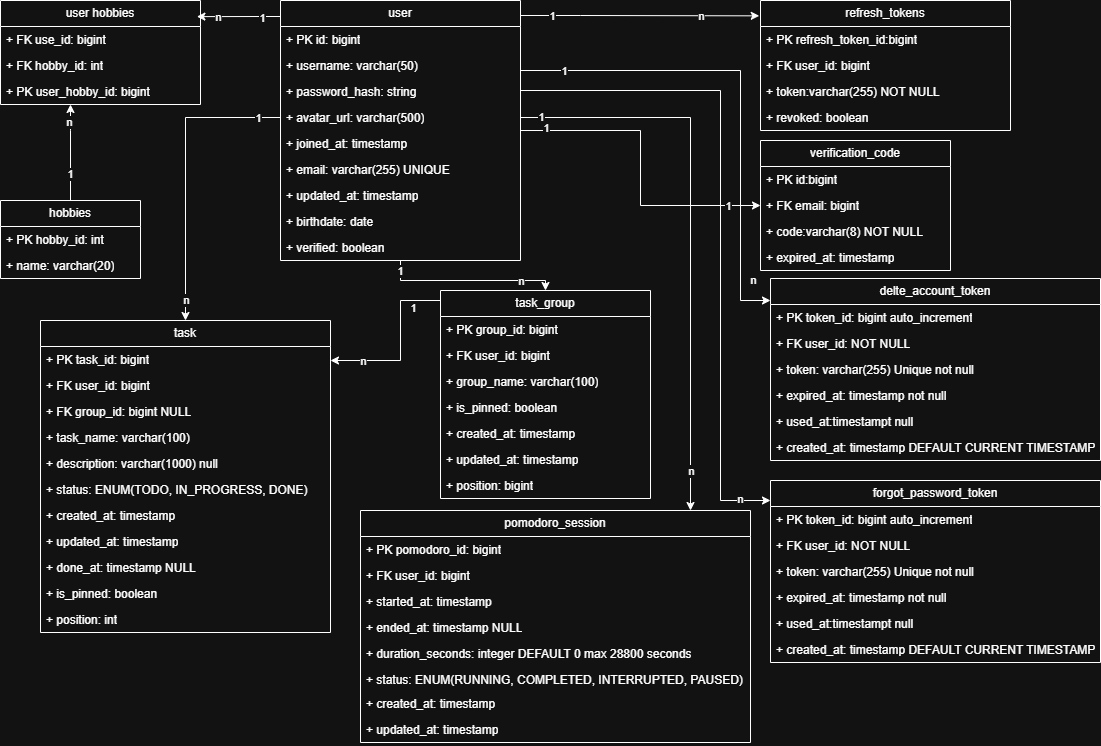
nhatkhang25092005/Focus-Flow keeps this draw.io diagram as design/diagrams/erd/erd_focusflow.drawio.png. Above is the earlier version. Source tidied: cells renumbered, new cells last; positions are measured from the earlier drawing's top-left corner, leaving out a move shared by most shapes.
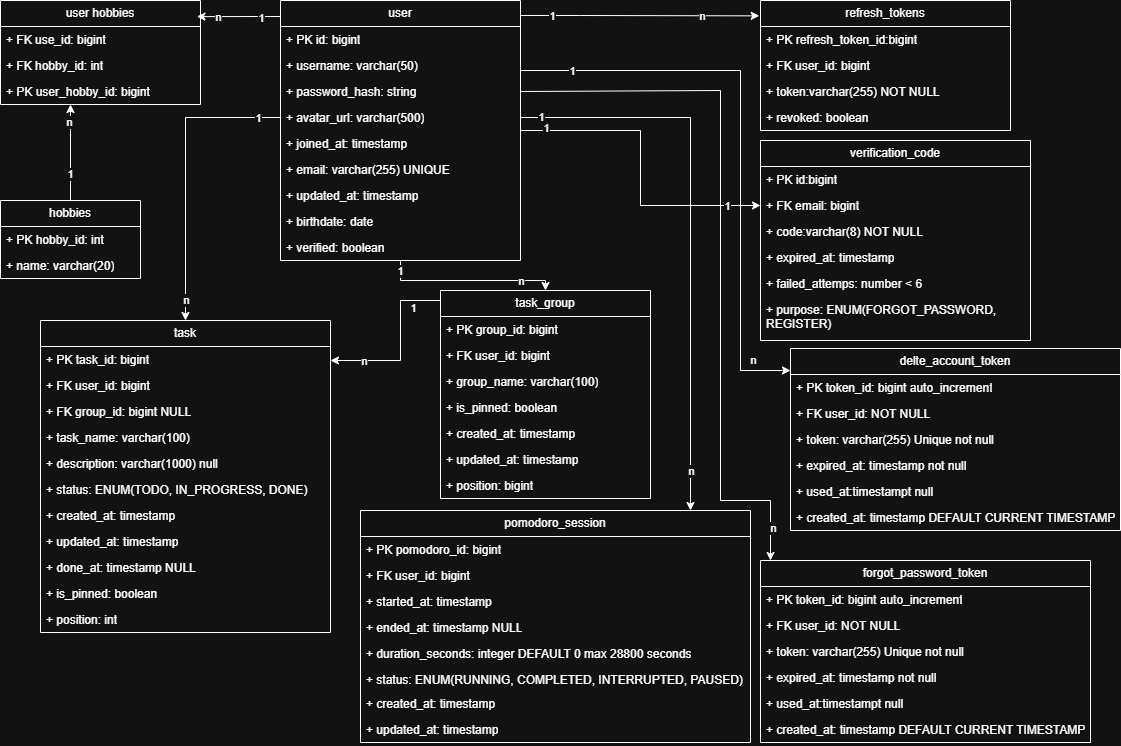
Later version of the same file.

Diff of the diagram source:
```diff
@@ -35,7 +35,7 @@
       <mxGeometry relative="1" as="geometry">
         <Array as="points">
           <mxPoint x="740" y="70" />
-          <mxPoint x="740" y="300" />
+          <mxPoint x="740" y="370" />
         </Array>
       </mxGeometry>
     </mxCell>
@@ -50,8 +50,10 @@
     <mxCell id="11" style="edgeStyle=orthogonalEdgeStyle;rounded=0;jettySize=auto;html=1;exitX=1;exitY=0.5;exitDx=0;exitDy=0;" parent="1" edge="1" source="16" target="68">
       <mxGeometry relative="1" as="geometry">
         <Array as="points">
+          <mxPoint x="520" y="90" />
           <mxPoint x="720" y="90" />
           <mxPoint x="720" y="500" />
+          <mxPoint x="770" y="500" />
         </Array>
       </mxGeometry>
     </mxCell>
@@ -244,7 +246,7 @@
       <mxGeometry y="78" width="200" height="26" as="geometry" />
     </mxCell>
     <mxCell id="68" value="forgot_password_token" style="swimlane;fontStyle=0;horizontal=1;startSize=26;fillColor=none;whiteSpace=wrap;html=1;" parent="1" vertex="1">
-      <mxGeometry x="770" y="480" width="330" height="182" as="geometry" />
+      <mxGeometry x="760" y="560" width="330" height="182" as="geometry" />
     </mxCell>
     <mxCell id="69" value="+ PK token_id: bigint auto_increment" style="text;strokeColor=none;fillColor=none;align=left;verticalAlign=top;spacingLeft=4;spacingRight=4;overflow=hidden;whiteSpace=wrap;html=1;" parent="68" vertex="1">
       <mxGeometry y="26" width="330" height="26" as="geometry" />
@@ -265,7 +267,7 @@
       <mxGeometry y="156" width="330" height="26" as="geometry" />
     </mxCell>
     <mxCell id="75" value="delte_account_token" style="swimlane;fontStyle=0;horizontal=1;startSize=26;fillColor=none;whiteSpace=wrap;html=1;" parent="1" vertex="1">
-      <mxGeometry x="770" y="278" width="330" height="182" as="geometry" />
+      <mxGeometry x="790" y="348" width="330" height="182" as="geometry" />
     </mxCell>
     <mxCell id="76" value="+ PK token_id: bigint auto_increment" style="text;strokeColor=none;fillColor=none;align=left;verticalAlign=top;spacingLeft=4;spacingRight=4;overflow=hidden;whiteSpace=wrap;html=1;" parent="75" vertex="1">
       <mxGeometry y="26" width="330" height="26" as="geometry" />
@@ -343,19 +345,25 @@
       <mxGeometry x="0.79" relative="1" as="geometry" />
     </mxCell>
     <mxCell id="96" value="verification_code" style="swimlane;fontStyle=0;horizontal=1;startSize=26;fillColor=none;whiteSpace=wrap;html=1;" parent="1" vertex="1">
-      <mxGeometry x="760" y="140" width="190" height="130" as="geometry" />
+      <mxGeometry x="760" y="140" width="270" height="200" as="geometry" />
     </mxCell>
     <mxCell id="97" value="+ PK id:bigint" style="text;strokeColor=none;fillColor=none;align=left;verticalAlign=top;spacingLeft=4;spacingRight=4;overflow=hidden;whiteSpace=wrap;html=1;" parent="96" vertex="1">
-      <mxGeometry y="26" width="190" height="26" as="geometry" />
+      <mxGeometry y="26" width="270" height="26" as="geometry" />
     </mxCell>
     <mxCell id="98" value="+ FK email: bigint" style="text;strokeColor=none;fillColor=none;align=left;verticalAlign=top;spacingLeft=4;spacingRight=4;overflow=hidden;whiteSpace=wrap;html=1;" parent="96" vertex="1">
-      <mxGeometry y="52" width="190" height="26" as="geometry" />
+      <mxGeometry y="52" width="270" height="26" as="geometry" />
     </mxCell>
     <mxCell id="99" value="+ code:varchar(8) NOT NULL" style="text;strokeColor=none;fillColor=none;align=left;verticalAlign=top;spacingLeft=4;spacingRight=4;overflow=hidden;whiteSpace=wrap;html=1;" parent="96" vertex="1">
-      <mxGeometry y="78" width="190" height="26" as="geometry" />
+      <mxGeometry y="78" width="270" height="26" as="geometry" />
     </mxCell>
     <mxCell id="100" value="+ expired_at: timestamp" style="text;strokeColor=none;fillColor=none;align=left;verticalAlign=top;spacingLeft=4;spacingRight=4;overflow=hidden;whiteSpace=wrap;html=1;" parent="96" vertex="1">
-      <mxGeometry y="104" width="190" height="26" as="geometry" />
+      <mxGeometry y="104" width="270" height="26" as="geometry" />
     </mxCell>
+    <mxCell id="101" value="+ failed_attemps: number &amp;lt; 6" style="text;strokeColor=none;fillColor=none;align=left;verticalAlign=top;spacingLeft=4;spacingRight=4;overflow=hidden;whiteSpace=wrap;html=1;" parent="96" vertex="1">
+      <mxGeometry y="130" width="270" height="26" as="geometry" />
+    </mxCell>
+    <mxCell id="102" value="+ purpose: ENUM(FORGOT_PASSWORD, REGISTER)" style="text;strokeColor=none;fillColor=none;align=left;verticalAlign=top;spacingLeft=4;spacingRight=4;overflow=hidden;whiteSpace=wrap;html=1;" parent="96" vertex="1">
+      <mxGeometry y="156" width="270" height="44" as="geometry" />
+    </mxCell>
   </root>
 </mxGraphModel>
```
